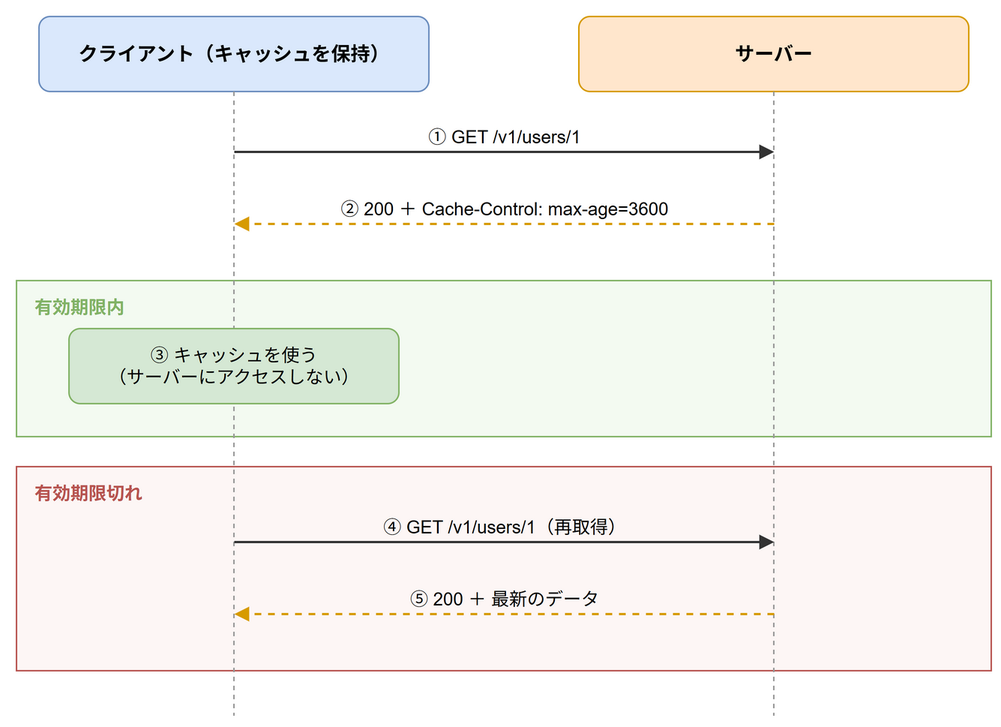
Before: images/articles/oreilly-web-api-the-good-parts/cache-expiration.drawio.png, a diagram exported from draw.io (aew2sbee/zenn). Source tidied: cells renumbered, new cells last; positions are measured from the earlier drawing's top-left corner, leaving out a move shared by most shapes.
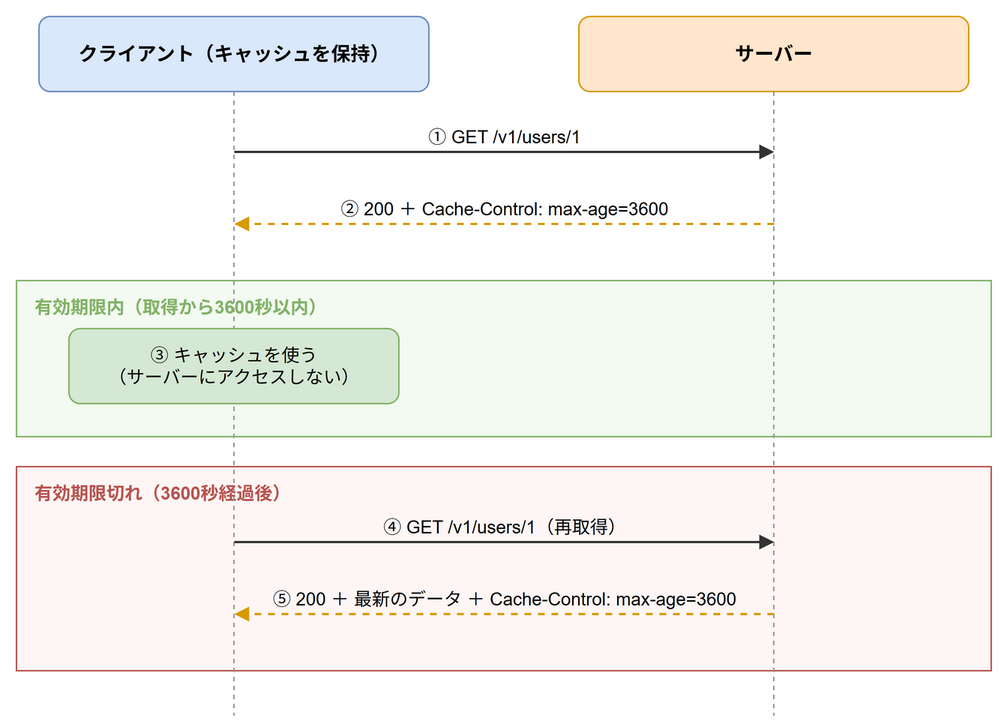
The same diagram one commit later.

Change to the diagram source:
```diff
@@ -2,10 +2,10 @@
   <root>
     <mxCell id="0" />
     <mxCell id="1" parent="0" />
-    <mxCell id="2" value="有効期限内" style="rounded=0;whiteSpace=wrap;html=1;fillColor=#f3faf1;strokeColor=#82b366;verticalAlign=top;align=left;spacingLeft=10;spacingTop=4;fontStyle=1;fontSize=12;fontColor=#82b366;" parent="1" vertex="1">
+    <mxCell id="2" value="有効期限内（取得から3600秒以内）" style="rounded=0;whiteSpace=wrap;html=1;fillColor=#f3faf1;strokeColor=#82b366;verticalAlign=top;align=left;spacingLeft=10;spacingTop=4;fontStyle=1;fontSize=12;fontColor=#82b366;" parent="1" vertex="1">
       <mxGeometry y="176" width="650" height="104" as="geometry" />
     </mxCell>
-    <mxCell id="3" value="有効期限切れ" style="rounded=0;whiteSpace=wrap;html=1;fillColor=#fdf6f5;strokeColor=#b85450;verticalAlign=top;align=left;spacingLeft=10;spacingTop=4;fontStyle=1;fontSize=12;fontColor=#b85450;" parent="1" vertex="1">
+    <mxCell id="3" value="有効期限切れ（3600秒経過後）" style="rounded=0;whiteSpace=wrap;html=1;fillColor=#fdf6f5;strokeColor=#b85450;verticalAlign=top;align=left;spacingLeft=10;spacingTop=4;fontStyle=1;fontSize=12;fontColor=#b85450;" parent="1" vertex="1">
       <mxGeometry y="300" width="650" height="136" as="geometry" />
     </mxCell>
     <mxCell id="4" value="クライアント（キャッシュを保持）" style="rounded=1;whiteSpace=wrap;html=1;fontSize=13;fontStyle=1;fillColor=#dae8fc;strokeColor=#6c8ebf;" parent="1" vertex="1">
@@ -47,7 +47,7 @@
         <mxPoint x="505" y="350" as="targetPoint" />
       </mxGeometry>
     </mxCell>
-    <mxCell id="12" value="⑤ 200 ＋ 最新のデータ" style="html=1;endArrow=block;endFill=1;strokeColor=#d79b00;strokeWidth=1.5;fontSize=12;verticalAlign=bottom;labelBackgroundColor=none;dashed=1;" parent="1" edge="1">
+    <mxCell id="12" value="⑤ 200 ＋ 最新のデータ ＋ Cache-Control: max-age=3600" style="html=1;endArrow=block;endFill=1;strokeColor=#d79b00;strokeWidth=1.5;fontSize=12;verticalAlign=bottom;labelBackgroundColor=none;dashed=1;" parent="1" edge="1">
       <mxGeometry relative="1" as="geometry">
         <mxPoint x="505" y="398" as="sourcePoint" />
         <mxPoint x="145" y="398" as="targetPoint" />
```
